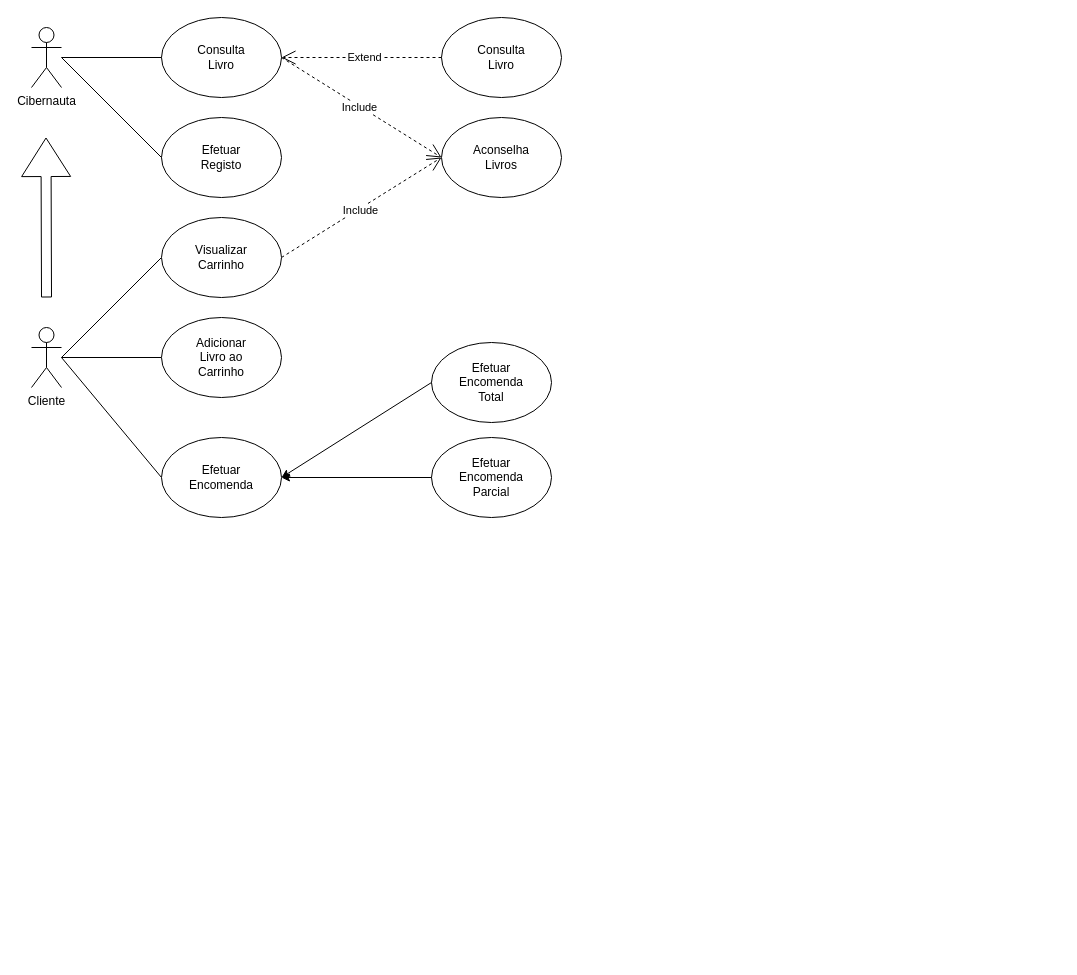
The draw.io diagram Livraria Virtual.drawio in Nuno-Goncalves1/Draw.io, before the edit. Source tidied: cells renumbered, new cells numbered last; positions are measured from the earlier drawing's top-left corner, leaving out a move shared by most shapes. Both pictures are drawn from the tidied source at 100%, with x=0, y=0 at pixel (31, 17).
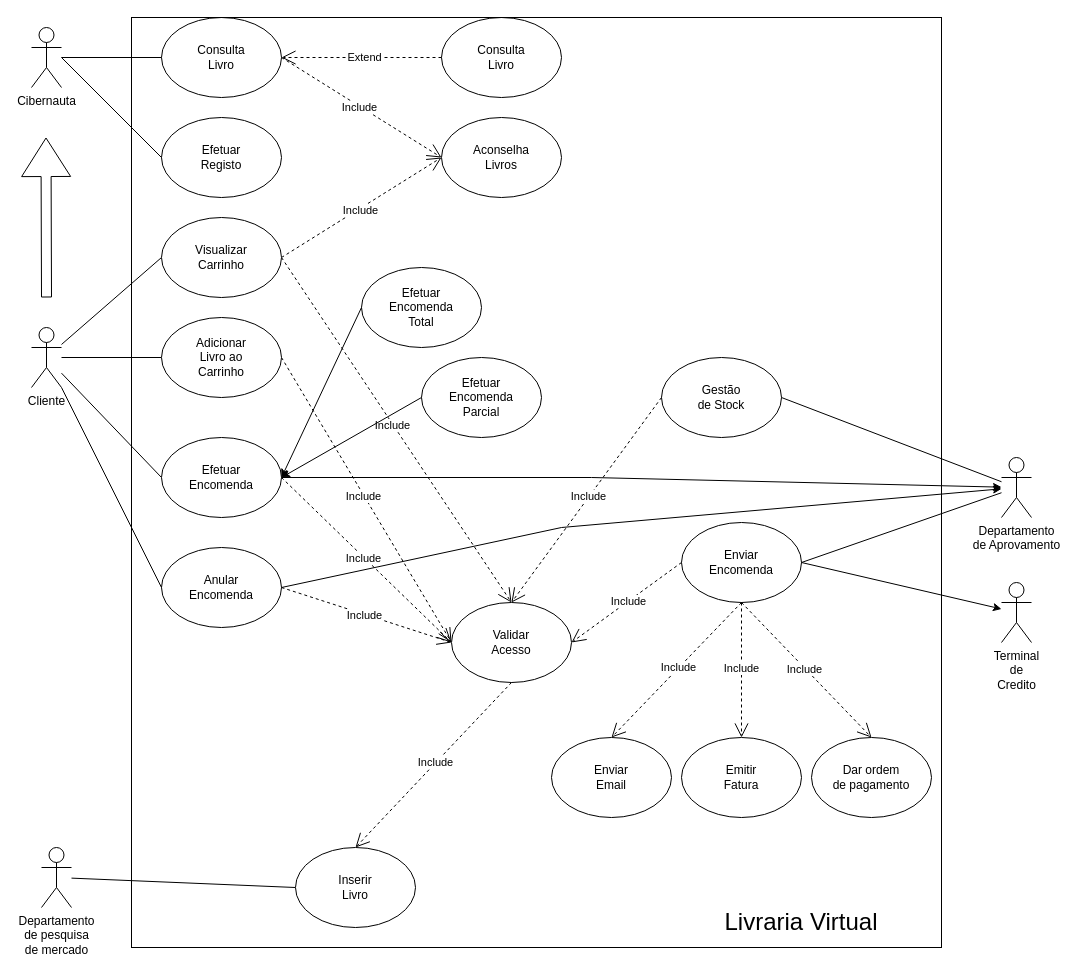
Above is the later version.

Unchanged cells that the change refers to:
```xml
<mxCell id="21" value="Cliente" style="shape=umlActor;verticalLabelPosition=bottom;verticalAlign=top;html=1;outlineConnect=0;" parent="1" vertex="1">
  <mxGeometry y="310" width="30" height="60" as="geometry" />
</mxCell>
<mxCell id="29" style="ellipse;whiteSpace=wrap;html=1;" parent="28" vertex="1">
  <mxGeometry width="120" height="80" as="geometry" />
</mxCell>
<mxCell id="33" value="Visualizar&lt;div&gt;Carrinho&lt;/div&gt;" style="ellipse;whiteSpace=wrap;html=1;" parent="1" vertex="1">
  <mxGeometry x="130" y="200" width="120" height="80" as="geometry" />
</mxCell>
<mxCell id="35" style="ellipse;whiteSpace=wrap;html=1;" parent="34" vertex="1">
  <mxGeometry width="120" height="80" as="geometry" />
</mxCell>
```

What changed in the source:
```diff
@@
+    <mxCell id="41" style="endArrow=open;endSize=12;dashed=1;html=1;rounded=0;exitX=1;exitY=0.5;exitDx=0;exitDy=0;entryX=0.5;entryY=0;entryDx=0;entryDy=0;" parent="1" edge="1" source="33" target="59">
+      <mxGeometry relative="1" as="geometry" />
+    </mxCell>
+    <mxCell id="42" value="Include" style="edgeLabel;html=1;align=center;verticalAlign=middle;" parent="41" vertex="1">
+      <mxGeometry x="-0.03" y="-1" relative="1" as="geometry" />
+    </mxCell>
+    <mxCell id="43" style="endArrow=open;endSize=12;dashed=1;html=1;rounded=0;exitX=1;exitY=0.5;exitDx=0;exitDy=0;entryX=0;entryY=0.5;entryDx=0;entryDy=0;" parent="1" edge="1" source="35" target="59">
+      <mxGeometry relative="1" as="geometry" />
+    </mxCell>
+    <mxCell id="44" value="Include" style="edgeLabel;html=1;align=center;verticalAlign=middle;" parent="43" vertex="1">
+      <mxGeometry x="-0.03" y="-1" relative="1" as="geometry" />
+    </mxCell>
+    <mxCell id="45" style="endArrow=classic;html=1;rounded=0;exitX=1;exitY=0.5;exitDx=0;exitDy=0;" parent="1" edge="1" source="52" target="47">
+      <mxGeometry relative="1" as="geometry">
+        <Array as="points">
+          <mxPoint x="530" y="510" />
+        </Array>
+      </mxGeometry>
+    </mxCell>
+    <mxCell id="46" style="endArrow=classic;html=1;rounded=0;exitX=1;exitY=0.5;exitDx=0;exitDy=0;" parent="1" edge="1" source="29" target="47">
+      <mxGeometry relative="1" as="geometry">
+        <Array as="points">
+          <mxPoint x="560" y="460" />
+        </Array>
+      </mxGeometry>
+    </mxCell>
@@
-    <mxCell id="23" style="endArrow=none;html=1;rounded=0;entryX=0;entryY=0.5;entryDx=0;entryDy=0;" parent="1" edge="1" target="35">
-      <mxGeometry relative="1" as="geometry">
-        <mxPoint x="30" y="340" as="sourcePoint" />
-      </mxGeometry>
+    <mxCell id="23" style="endArrow=none;html=1;rounded=0;entryX=0;entryY=0.5;entryDx=0;entryDy=0;" parent="1" edge="1" source="21" target="35">
+      <mxGeometry relative="1" as="geometry" />
     </mxCell>
-    <mxCell id="24" style="endArrow=none;html=1;rounded=0;entryX=0;entryY=0.5;entryDx=0;entryDy=0;" parent="1" edge="1" target="29">
-      <mxGeometry relative="1" as="geometry">
-        <mxPoint x="30" y="340" as="sourcePoint" />
-      </mxGeometry>
+    <mxCell id="24" style="endArrow=none;html=1;rounded=0;entryX=0;entryY=0.5;entryDx=0;entryDy=0;" parent="1" edge="1" source="21" target="29">
+      <mxGeometry relative="1" as="geometry" />
     </mxCell>
-    <mxCell id="25" style="endArrow=none;html=1;rounded=0;entryX=0;entryY=0.5;entryDx=0;entryDy=0;" parent="1" edge="1" target="33">
-      <mxGeometry relative="1" as="geometry">
-        <mxPoint x="30" y="340" as="sourcePoint" />
-      </mxGeometry>
+    <mxCell id="25" style="endArrow=none;html=1;rounded=0;entryX=0;entryY=0.5;entryDx=0;entryDy=0;" parent="1" edge="1" source="21" target="33">
+      <mxGeometry relative="1" as="geometry" />
     </mxCell>
     <mxCell id="26" style="group;" parent="1" vertex="1">
-      <mxGeometry x="400" y="420" width="120" height="80" as="geometry" />
+      <mxGeometry x="390" y="340" width="120" height="80" as="geometry" />
     </mxCell>
@@
     <mxCell id="38" style="group;" parent="1" vertex="1">
-      <mxGeometry x="400" y="325" width="120" height="80" as="geometry" />
+      <mxGeometry x="330" y="250" width="120" height="80" as="geometry" />
     </mxCell>
@@
+    <mxCell id="47" value="Departamento&lt;div&gt;de Aprovamento&lt;/div&gt;" style="shape=umlActor;verticalLabelPosition=bottom;verticalAlign=top;html=1;outlineConnect=0;" parent="1" vertex="1">
+      <mxGeometry x="970" y="440" width="30" height="60" as="geometry" />
+    </mxCell>
+    <mxCell id="48" style="group;" parent="1" vertex="1">
+      <mxGeometry x="630" y="340" width="120" height="80" as="geometry" />
+    </mxCell>
+    <mxCell id="49" value="Gestão&lt;div&gt;de Stock&lt;/div&gt;" style="ellipse;whiteSpace=wrap;html=1;" parent="48" vertex="1">
+      <mxGeometry width="120" height="80" as="geometry" />
+    </mxCell>
+    <mxCell id="50" style="endArrow=none;html=1;rounded=0;exitX=1;exitY=0.5;exitDx=0;exitDy=0;" parent="1" edge="1" source="49" target="47">
+      <mxGeometry relative="1" as="geometry" />
+    </mxCell>
+    <mxCell id="51" style="group;" parent="1" vertex="1">
+      <mxGeometry x="130" y="530" width="120" height="80" as="geometry" />
+    </mxCell>
+    <mxCell id="52" style="ellipse;whiteSpace=wrap;html=1;" parent="51" vertex="1">
+      <mxGeometry width="120" height="80" as="geometry" />
+    </mxCell>
+    <mxCell id="53" value="Anular&lt;div&gt;Encomenda&lt;/div&gt;" style="text;html=1;align=center;verticalAlign=middle;whiteSpace=wrap;rounded=0;" parent="51" vertex="1">
+      <mxGeometry x="30" y="25" width="60" height="30" as="geometry" />
+    </mxCell>
+    <mxCell id="54" style="endArrow=none;html=1;rounded=0;entryX=0;entryY=0.5;entryDx=0;entryDy=0;" parent="1" edge="1" source="21" target="52">
+      <mxGeometry relative="1" as="geometry" />
+    </mxCell>
+    <mxCell id="55" style="group;" parent="1" vertex="1">
+      <mxGeometry x="650" y="505" width="120" height="80" as="geometry" />
+    </mxCell>
+    <mxCell id="56" value="Enviar&lt;div&gt;Encomenda&lt;/div&gt;" style="ellipse;whiteSpace=wrap;html=1;" parent="55" vertex="1">
+      <mxGeometry width="120" height="80" as="geometry" />
+    </mxCell>
+    <mxCell id="57" style="endArrow=none;html=1;rounded=0;exitX=1;exitY=0.5;exitDx=0;exitDy=0;" parent="1" edge="1" source="56" target="47">
+      <mxGeometry relative="1" as="geometry" />
+    </mxCell>
+    <mxCell id="58" style="group;" parent="1" vertex="1">
+      <mxGeometry x="420" y="585" width="120" height="80" as="geometry" />
+    </mxCell>
+    <mxCell id="59" value="Validar&lt;div&gt;Acesso&lt;/div&gt;" style="ellipse;whiteSpace=wrap;html=1;" parent="58" vertex="1">
+      <mxGeometry width="120" height="80" as="geometry" />
+    </mxCell>
+    <mxCell id="60" style="endArrow=open;endSize=12;dashed=1;html=1;rounded=0;entryX=0;entryY=0.5;entryDx=0;entryDy=0;" parent="1" edge="1" target="59">
+      <mxGeometry relative="1" as="geometry">
+        <mxPoint x="250" y="460" as="sourcePoint" />
+      </mxGeometry>
+    </mxCell>
+    <mxCell id="61" value="Include" style="edgeLabel;html=1;align=center;verticalAlign=middle;" parent="60" vertex="1">
+      <mxGeometry x="-0.03" y="-1" relative="1" as="geometry" />
+    </mxCell>
+    <mxCell id="62" style="endArrow=open;endSize=12;dashed=1;html=1;rounded=0;exitX=1;exitY=0.5;exitDx=0;exitDy=0;entryX=0;entryY=0.5;entryDx=0;entryDy=0;" parent="1" edge="1" source="52" target="59">
+      <mxGeometry relative="1" as="geometry" />
+    </mxCell>
+    <mxCell id="63" value="Include" style="edgeLabel;html=1;align=center;verticalAlign=middle;" parent="62" vertex="1">
+      <mxGeometry x="-0.03" y="-1" relative="1" as="geometry" />
+    </mxCell>
+    <mxCell id="64" style="endArrow=open;endSize=12;dashed=1;html=1;rounded=0;entryX=1;entryY=0.5;entryDx=0;entryDy=0;exitX=0;exitY=0.5;exitDx=0;exitDy=0;" parent="1" edge="1" source="56" target="59">
+      <mxGeometry relative="1" as="geometry" />
+    </mxCell>
+    <mxCell id="65" value="Include" style="edgeLabel;html=1;align=center;verticalAlign=middle;" parent="64" vertex="1">
+      <mxGeometry x="-0.03" y="-1" relative="1" as="geometry" />
+    </mxCell>
+    <mxCell id="66" style="endArrow=open;endSize=12;dashed=1;html=1;rounded=0;exitX=0;exitY=0.5;exitDx=0;exitDy=0;entryX=0.5;entryY=0;entryDx=0;entryDy=0;" parent="1" edge="1" source="49" target="59">
+      <mxGeometry relative="1" as="geometry" />
+    </mxCell>
+    <mxCell id="67" value="Include" style="edgeLabel;html=1;align=center;verticalAlign=middle;" parent="66" vertex="1">
+      <mxGeometry x="-0.03" y="-1" relative="1" as="geometry" />
+    </mxCell>
+    <mxCell id="68" style="group;" parent="1" vertex="1">
+      <mxGeometry x="520" y="720" width="120" height="80" as="geometry" />
+    </mxCell>
+    <mxCell id="69" value="Enviar&lt;div&gt;Email&lt;/div&gt;" style="ellipse;whiteSpace=wrap;html=1;" parent="68" vertex="1">
+      <mxGeometry width="120" height="80" as="geometry" />
+    </mxCell>
+    <mxCell id="70" style="group;" parent="1" vertex="1">
+      <mxGeometry x="780" y="720" width="120" height="80" as="geometry" />
+    </mxCell>
+    <mxCell id="71" value="Dar ordem&lt;div&gt;de pagamento&lt;/div&gt;" style="ellipse;whiteSpace=wrap;html=1;" parent="70" vertex="1">
+      <mxGeometry width="120" height="80" as="geometry" />
+    </mxCell>
+    <mxCell id="72" style="group;" parent="1" vertex="1">
+      <mxGeometry x="650" y="720" width="120" height="80" as="geometry" />
+    </mxCell>
+    <mxCell id="73" value="Emitir&lt;div&gt;Fatura&lt;/div&gt;" style="ellipse;whiteSpace=wrap;html=1;" parent="72" vertex="1">
+      <mxGeometry width="120" height="80" as="geometry" />
+    </mxCell>
+    <mxCell id="74" value="Terminal&lt;div&gt;de&lt;/div&gt;&lt;div&gt;Credito&lt;/div&gt;" style="shape=umlActor;verticalLabelPosition=bottom;verticalAlign=top;html=1;outlineConnect=0;" parent="1" vertex="1">
+      <mxGeometry x="970" y="565" width="30" height="60" as="geometry" />
+    </mxCell>
+    <mxCell id="75" style="endArrow=open;endSize=12;dashed=1;html=1;rounded=0;entryX=0.5;entryY=0;entryDx=0;entryDy=0;exitX=0.5;exitY=1;exitDx=0;exitDy=0;" parent="1" edge="1" source="56" target="71">
+      <mxGeometry relative="1" as="geometry" />
+    </mxCell>
+    <mxCell id="76" value="Include" style="edgeLabel;html=1;align=center;verticalAlign=middle;" parent="75" vertex="1">
+      <mxGeometry x="-0.03" y="-1" relative="1" as="geometry" />
+    </mxCell>
+    <mxCell id="77" style="endArrow=open;endSize=12;dashed=1;html=1;rounded=0;" parent="1" edge="1" source="56" target="73">
+      <mxGeometry relative="1" as="geometry" />
+    </mxCell>
+    <mxCell id="78" value="Include" style="edgeLabel;html=1;align=center;verticalAlign=middle;" parent="77" vertex="1">
+      <mxGeometry x="-0.03" y="-1" relative="1" as="geometry" />
+    </mxCell>
+    <mxCell id="79" style="endArrow=open;endSize=12;dashed=1;html=1;rounded=0;entryX=0.5;entryY=0;entryDx=0;entryDy=0;exitX=0.5;exitY=1;exitDx=0;exitDy=0;" parent="1" edge="1" source="56" target="69">
+      <mxGeometry relative="1" as="geometry" />
+    </mxCell>
+    <mxCell id="80" value="Include" style="edgeLabel;html=1;align=center;verticalAlign=middle;" parent="79" vertex="1">
+      <mxGeometry x="-0.03" y="-1" relative="1" as="geometry" />
+    </mxCell>
+    <mxCell id="81" value="Departamento&lt;div&gt;de pesquisa&lt;/div&gt;&lt;div&gt;de mercado&lt;/div&gt;" style="shape=umlActor;verticalLabelPosition=bottom;verticalAlign=top;html=1;outlineConnect=0;" parent="1" vertex="1">
+      <mxGeometry x="10" y="830" width="30" height="60" as="geometry" />
+    </mxCell>
+    <mxCell id="82" style="endArrow=none;html=1;rounded=0;entryX=0;entryY=0.5;entryDx=0;entryDy=0;" parent="1" edge="1" source="81" target="84">
+      <mxGeometry relative="1" as="geometry" />
+    </mxCell>
+    <mxCell id="83" style="group;" parent="1" vertex="1">
+      <mxGeometry x="264" y="830" width="120" height="80" as="geometry" />
+    </mxCell>
+    <mxCell id="84" value="Inserir&lt;div&gt;Livro&lt;/div&gt;" style="ellipse;whiteSpace=wrap;html=1;" parent="83" vertex="1">
+      <mxGeometry width="120" height="80" as="geometry" />
+    </mxCell>
+    <mxCell id="85" style="endArrow=open;endSize=12;dashed=1;html=1;rounded=0;exitX=0.5;exitY=1;exitDx=0;exitDy=0;entryX=0.5;entryY=0;entryDx=0;entryDy=0;" parent="1" edge="1" source="59" target="84">
+      <mxGeometry relative="1" as="geometry" />
+    </mxCell>
+    <mxCell id="86" value="Include" style="edgeLabel;html=1;align=center;verticalAlign=middle;" parent="85" vertex="1">
+      <mxGeometry x="-0.03" y="-1" relative="1" as="geometry" />
+    </mxCell>
+    <mxCell id="87" style="endArrow=classic;html=1;rounded=0;exitX=1;exitY=0.5;exitDx=0;exitDy=0;" parent="1" edge="1" source="56" target="74">
+      <mxGeometry relative="1" as="geometry" />
+    </mxCell>
+    <mxCell id="88" style="whiteSpace=wrap;html=1;gradientColor=default;fillColor=none;" parent="1" vertex="1">
+      <mxGeometry x="100" width="810" height="930" as="geometry" />
+    </mxCell>
+    <mxCell id="89" value="&lt;font style=&quot;font-size: 24px;&quot;&gt;Livraria Virtual&lt;/font&gt;" style="text;html=1;align=center;verticalAlign=middle;whiteSpace=wrap;rounded=0;" parent="1" vertex="1">
+      <mxGeometry x="640" y="890" width="260" height="30" as="geometry" />
+    </mxCell>
```
